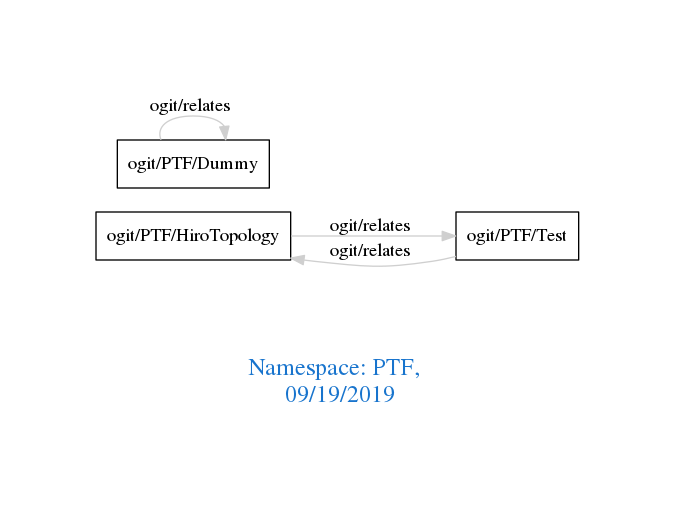
Above: downloads/PTF.png in arago/OGIT (Graphviz), before the change. Its source is kept beside it as downloads/PTF.dot.
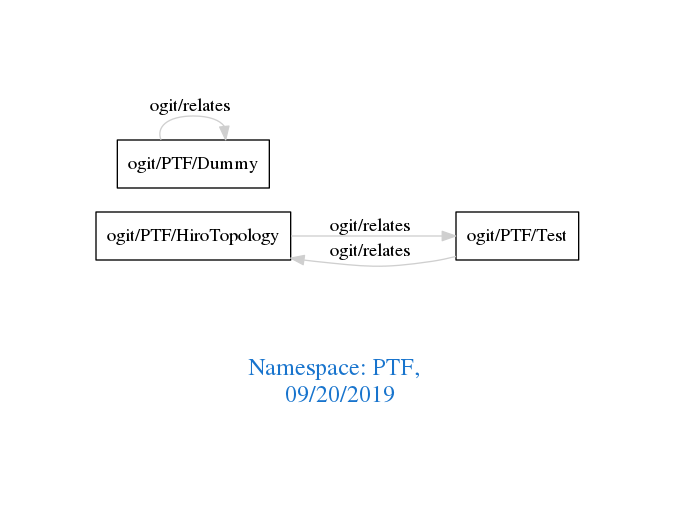
Later version of the same file.

The edit, as a diff of the source:
```diff
@@ -1,7 +1,7 @@
 digraph OGIT_ontology {
  graph [ rankdir= LR,pad=1
 fontsize = 18,
-fontcolor= dodgerblue3,label = "\n\n\nNamespace: PTF, \n 09/19/2019"];
+fontcolor= dodgerblue3,label = "\n\n\nNamespace: PTF, \n 09/20/2019"];
 node[shape=polygon];
 edge [  color="gray81"];
 
```
